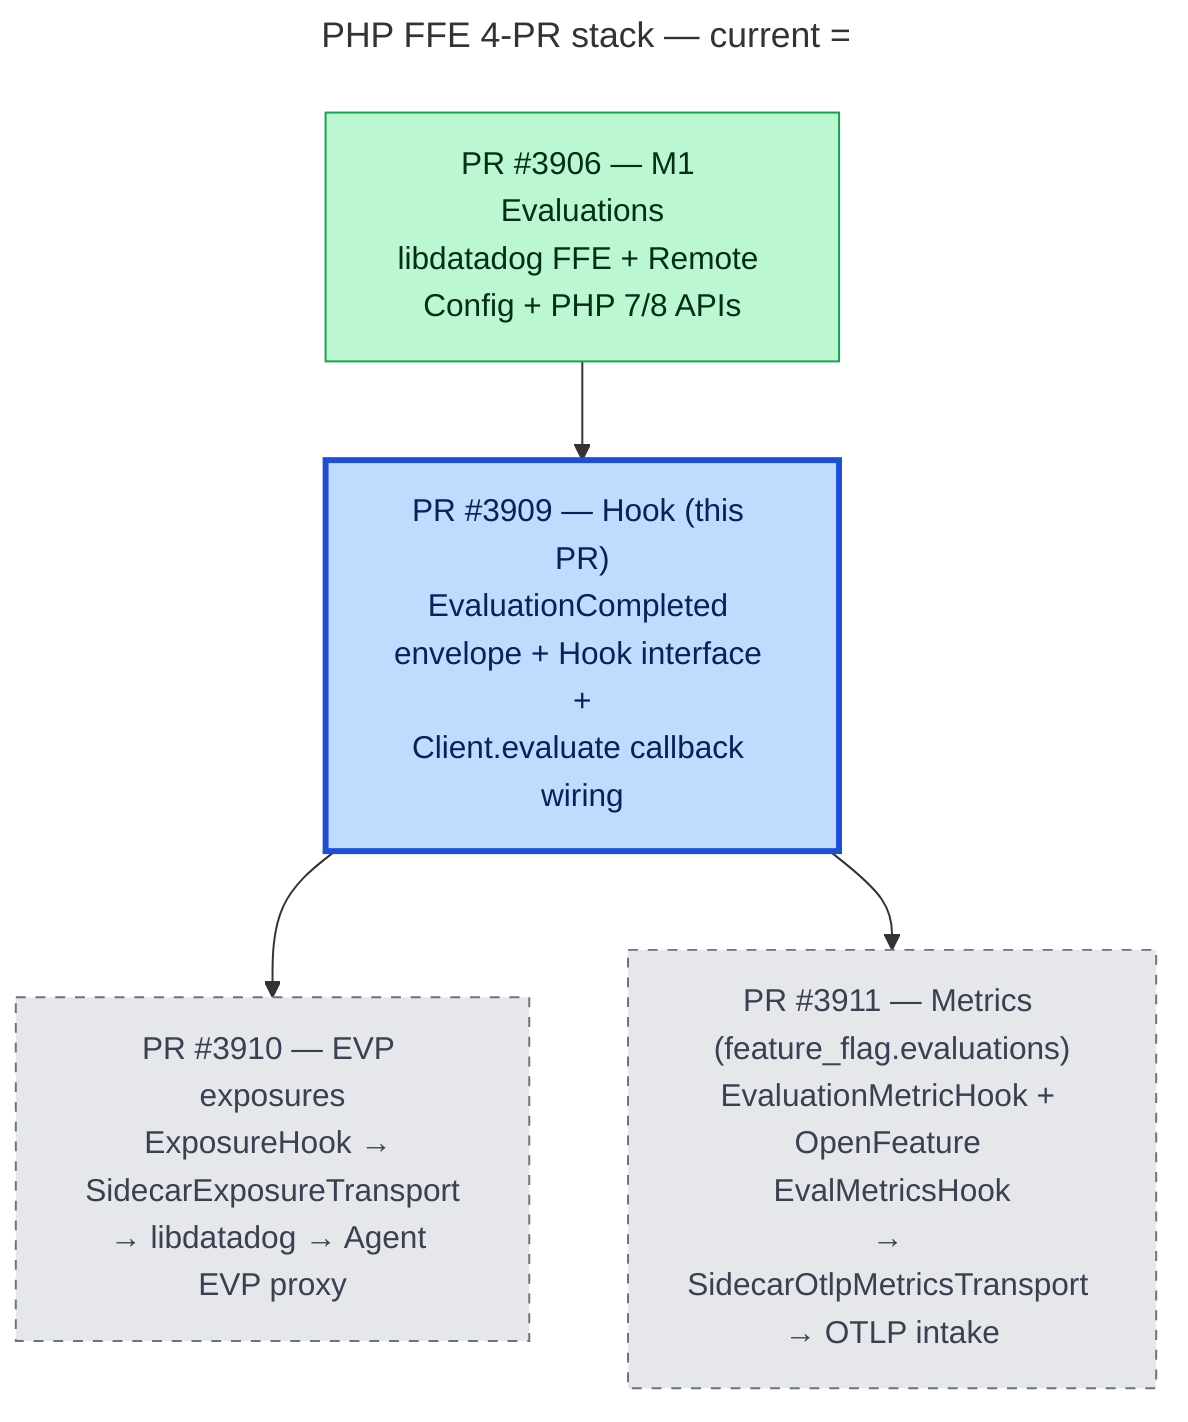
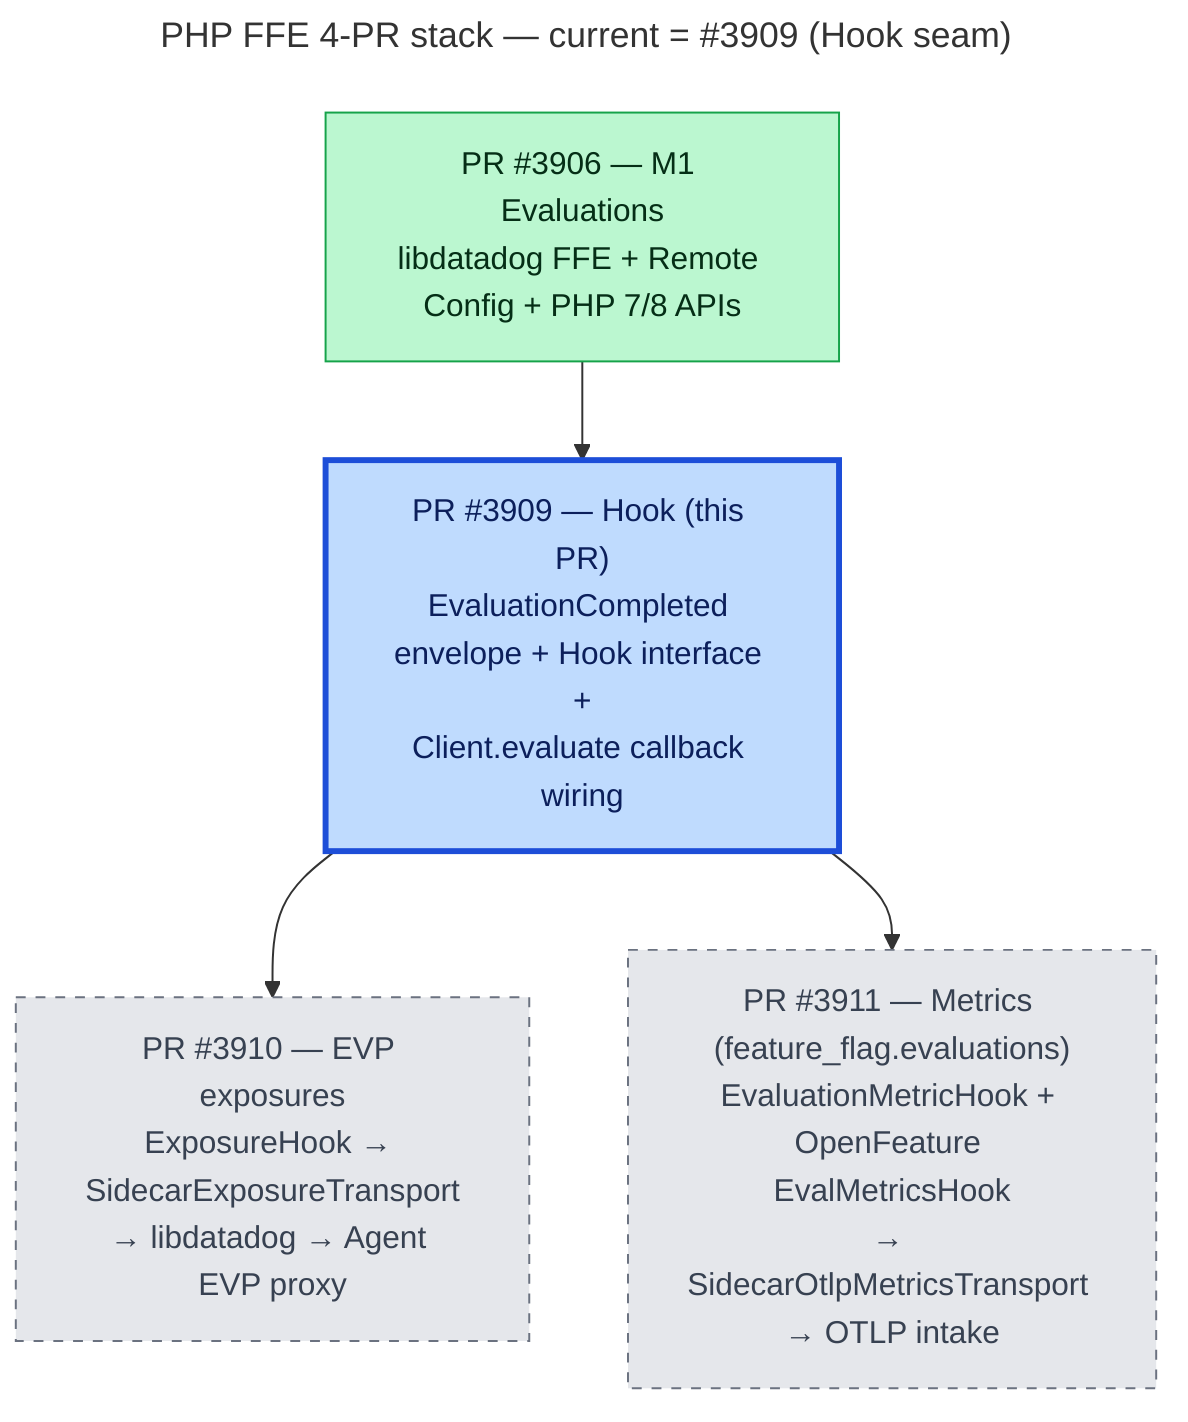
---
- title: PHP FFE 4-PR stack — current = #3909 (Hook seam)
+ title: "PHP FFE 4-PR stack — current = #3909 (Hook seam)"
---
flowchart TD
    pr3906["PR #3906 — M1 Evaluations<br/>libdatadog FFE + Remote Config + PHP 7/8 APIs"]:::done
    pr3909["PR #3909 — Hook (this PR)<br/>EvaluationCompleted envelope + Hook interface +<br/>Client.evaluate callback wiring"]:::current
    pr3910["PR #3910 — EVP exposures<br/>ExposureHook → SidecarExposureTransport<br/>→ libdatadog → Agent EVP proxy"]:::future
    pr3911["PR #3911 — Metrics (feature_flag.evaluations)<br/>EvaluationMetricHook + OpenFeature EvalMetricsHook<br/>→ SidecarOtlpMetricsTransport → OTLP intake"]:::future

    pr3906 --> pr3909
    pr3909 --> pr3910
    pr3909 --> pr3911

    classDef done fill:#bbf7d0,stroke:#16a34a,color:#052e16
    classDef current fill:#bfdbfe,stroke:#1d4ed8,color:#0c1f5b,stroke-width:3px
    classDef future fill:#e5e7eb,stroke:#6b7280,color:#374151,stroke-dasharray: 5 5
